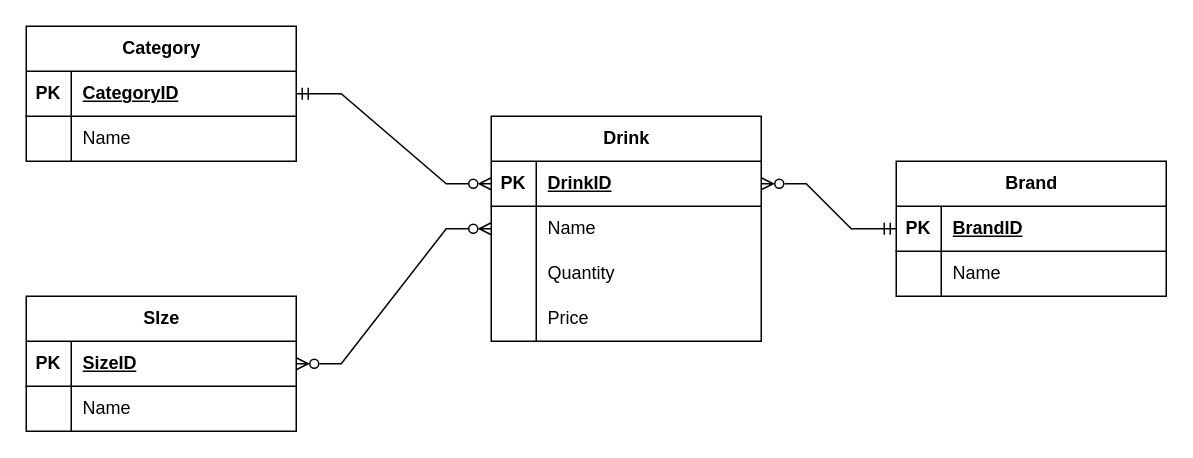
Above: Database/drinkManagement.drawio in haianh-03/DrinkAPIList (draw.io), before the change. Source tidied: cells renumbered, new cells numbered last; positions are measured from the earlier drawing's top-left corner, leaving out a move shared by most shapes. Both pictures are drawn from the tidied source at 150%, with x=0, y=0 at pixel (26, 26).
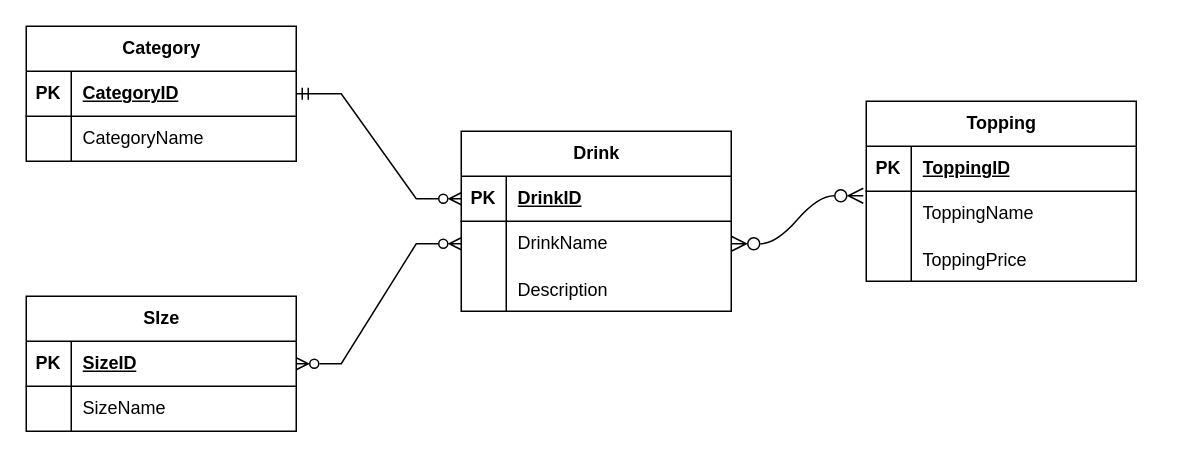
After the change.

The change refers to these unchanged cells:
```xml
<mxCell id="3" style="shape=tableRow;horizontal=0;startSize=0;swimlaneHead=0;swimlaneBody=0;fillColor=none;points=[[0,0.5],[1,0.5]];portConstraint=eastwest;top=0;left=0;right=0;bottom=1;" parent="2" vertex="1">
  <mxGeometry y="30" width="180" height="30" as="geometry" />
</mxCell>
<mxCell id="6" style="shape=tableRow;horizontal=0;startSize=0;swimlaneHead=0;swimlaneBody=0;fillColor=none;points=[[0,0.5],[1,0.5]];portConstraint=eastwest;top=0;left=0;right=0;bottom=0;" parent="2" vertex="1">
  <mxGeometry y="60" width="180" height="30" as="geometry" />
</mxCell>
<mxCell id="19" style="shape=tableRow;horizontal=0;startSize=0;swimlaneHead=0;swimlaneBody=0;fillColor=none;top=0;left=0;right=0;bottom=0;" parent="15" vertex="1">
  <mxGeometry y="60" width="180" height="30" as="geometry" />
</mxCell>
<mxCell id="26" style="shape=tableRow;horizontal=0;startSize=0;swimlaneHead=0;swimlaneBody=0;fillColor=none;top=0;left=0;right=0;bottom=0;" parent="22" vertex="1">
  <mxGeometry y="60" width="180" height="30" as="geometry" />
</mxCell>
```

What changed in the source:
```diff
@@
     <mxCell id="2" value="Drink" style="shape=table;startSize=30;childLayout=tableLayout;rowLines=0;fontStyle=1;align=center;html=1;" parent="1" vertex="1">
-      <mxGeometry x="310" y="60" width="180" height="150" as="geometry" />
+      <mxGeometry x="290" y="70" width="180" height="120" as="geometry" />
     </mxCell>
@@
-    <mxCell id="8" value="Name" style="shape=partialRectangle;fillColor=none;top=0;left=0;bottom=0;right=0;align=left;spacingLeft=6;overflow=hidden;whiteSpace=wrap;html=1;" parent="6" vertex="1">
+    <mxCell id="8" value="DrinkName" style="shape=partialRectangle;fillColor=none;top=0;left=0;bottom=0;right=0;align=left;spacingLeft=6;overflow=hidden;whiteSpace=wrap;html=1;" parent="6" vertex="1">
       <mxGeometry x="30" width="150" height="30" as="geometry" />
     </mxCell>
-    <mxCell id="9" style="shape=tableRow;horizontal=0;startSize=0;swimlaneHead=0;swimlaneBody=0;fillColor=none;top=0;left=0;right=0;bottom=0;" parent="2" vertex="1">
-      <mxGeometry y="90" width="180" height="30" as="geometry" />
-    </mxCell>
-    <mxCell id="10" style="shape=partialRectangle;fillColor=none;top=0;left=0;bottom=0;right=0;overflow=hidden;whiteSpace=wrap;html=1;" parent="9" vertex="1">
-      <mxGeometry width="30" height="30" as="geometry" />
-    </mxCell>
-    <mxCell id="11" value="Quantity" style="shape=partialRectangle;fillColor=none;top=0;left=0;bottom=0;right=0;align=left;spacingLeft=6;overflow=hidden;whiteSpace=wrap;html=1;" parent="9" vertex="1">
-      <mxGeometry x="30" width="150" height="30" as="geometry" />
-    </mxCell>
-    <mxCell id="12" style="shape=tableRow;horizontal=0;startSize=0;swimlaneHead=0;swimlaneBody=0;fillColor=none;top=0;left=0;right=0;bottom=0;" parent="2" vertex="1">
-      <mxGeometry y="120" width="180" height="30" as="geometry" />
-    </mxCell>
-    <mxCell id="13" style="shape=partialRectangle;fillColor=none;top=0;left=0;bottom=0;right=0;overflow=hidden;whiteSpace=wrap;html=1;" parent="12" vertex="1">
-      <mxGeometry width="30" height="30" as="geometry" />
-    </mxCell>
-    <mxCell id="14" value="Price" style="shape=partialRectangle;fillColor=none;top=0;left=0;bottom=0;right=0;align=left;spacingLeft=6;overflow=hidden;whiteSpace=wrap;html=1;" parent="12" vertex="1">
-      <mxGeometry x="30" width="150" height="30" as="geometry" />
-    </mxCell>
+    <mxCell id="39" style="shape=tableRow;horizontal=0;startSize=0;swimlaneHead=0;swimlaneBody=0;fillColor=none;top=0;left=0;right=0;bottom=0;" parent="2" vertex="1">
+      <mxGeometry y="90" width="180" height="30" as="geometry" />
+    </mxCell>
+    <mxCell id="40" style="shape=partialRectangle;fillColor=none;top=0;left=0;bottom=0;right=0;overflow=hidden;" parent="39" vertex="1">
+      <mxGeometry width="30" height="30" as="geometry" />
+    </mxCell>
+    <mxCell id="41" value="Description" style="shape=partialRectangle;fillColor=none;top=0;left=0;bottom=0;right=0;align=left;spacingLeft=6;overflow=hidden;" parent="39" vertex="1">
+      <mxGeometry x="30" width="150" height="30" as="geometry" />
+    </mxCell>
@@
-    <mxCell id="21" value="Name" style="shape=partialRectangle;fillColor=none;top=0;left=0;bottom=0;right=0;align=left;spacingLeft=6;overflow=hidden;whiteSpace=wrap;html=1;" parent="19" vertex="1">
+    <mxCell id="21" value="CategoryName" style="shape=partialRectangle;fillColor=none;top=0;left=0;bottom=0;right=0;align=left;spacingLeft=6;overflow=hidden;whiteSpace=wrap;html=1;" parent="19" vertex="1">
       <mxGeometry x="30" width="150" height="30" as="geometry" />
     </mxCell>
@@
-    <mxCell id="28" value="Name" style="shape=partialRectangle;fillColor=none;top=0;left=0;bottom=0;right=0;align=left;spacingLeft=6;overflow=hidden;whiteSpace=wrap;html=1;" parent="26" vertex="1">
+    <mxCell id="28" value="SizeName" style="shape=partialRectangle;fillColor=none;top=0;left=0;bottom=0;right=0;align=left;spacingLeft=6;overflow=hidden;whiteSpace=wrap;html=1;" parent="26" vertex="1">
       <mxGeometry x="30" width="150" height="30" as="geometry" />
     </mxCell>
@@
-    <mxCell id="31" value="Brand" style="shape=table;startSize=30;childLayout=tableLayout;rowLines=0;fontStyle=1;align=center;html=1;" parent="1" vertex="1">
-      <mxGeometry x="580" y="90" width="180" height="90" as="geometry" />
-    </mxCell>
+    <mxCell id="42" value="Topping" style="shape=table;startSize=30;childLayout=tableLayout;rowLines=0;fontStyle=1;align=center;html=1;" parent="1" vertex="1">
+      <mxGeometry x="560" y="50" width="180" height="120" as="geometry" />
+    </mxCell>
-    <mxCell id="32" style="shape=tableRow;horizontal=0;startSize=0;swimlaneHead=0;swimlaneBody=0;fillColor=none;points=[[0,0.5],[1,0.5]];portConstraint=eastwest;top=0;left=0;right=0;bottom=1;" parent="31" vertex="1">
+    <mxCell id="32" style="shape=tableRow;horizontal=0;startSize=0;swimlaneHead=0;swimlaneBody=0;fillColor=none;points=[[0,0.5],[1,0.5]];portConstraint=eastwest;top=0;left=0;right=0;bottom=1;" parent="42" vertex="1">
       <mxGeometry y="30" width="180" height="30" as="geometry" />
     </mxCell>
@@
-    <mxCell id="34" value="BrandID" style="shape=partialRectangle;fillColor=none;top=0;left=0;bottom=0;right=0;align=left;spacingLeft=6;fontStyle=5;overflow=hidden;whiteSpace=wrap;html=1;" parent="32" vertex="1">
-      <mxGeometry x="30" width="150" height="30" as="geometry" />
-    </mxCell>
+    <mxCell id="43" value="ToppingID" style="shape=partialRectangle;fillColor=none;top=0;left=0;bottom=0;right=0;align=left;spacingLeft=6;fontStyle=5;overflow=hidden;whiteSpace=wrap;html=1;" parent="32" vertex="1">
+      <mxGeometry x="30" width="150" height="30" as="geometry" />
+    </mxCell>
-    <mxCell id="35" style="shape=tableRow;horizontal=0;startSize=0;swimlaneHead=0;swimlaneBody=0;fillColor=none;points=[[0,0.5],[1,0.5]];portConstraint=eastwest;top=0;left=0;right=0;bottom=0;" parent="31" vertex="1">
+    <mxCell id="35" style="shape=tableRow;horizontal=0;startSize=0;swimlaneHead=0;swimlaneBody=0;fillColor=none;points=[[0,0.5],[1,0.5]];portConstraint=eastwest;top=0;left=0;right=0;bottom=0;" parent="42" vertex="1">
       <mxGeometry y="60" width="180" height="30" as="geometry" />
     </mxCell>
-    <mxCell id="36" style="shape=partialRectangle;fillColor=none;top=0;left=0;bottom=0;right=0;overflow=hidden;whiteSpace=wrap;html=1;" parent="35" vertex="1">
-      <mxGeometry width="30" height="30" as="geometry" />
-    </mxCell>
-    <mxCell id="37" value="Name" style="shape=partialRectangle;fillColor=none;top=0;left=0;bottom=0;right=0;align=left;spacingLeft=6;overflow=hidden;whiteSpace=wrap;html=1;" parent="35" vertex="1">
-      <mxGeometry x="30" width="150" height="30" as="geometry" />
-    </mxCell>
-    <mxCell id="38" style="edgeStyle=entityRelationEdgeStyle;fontSize=12;html=1;endArrow=ERmandOne;startArrow=ERzeroToMany;rounded=0;exitX=1;exitY=0.5;exitDx=0;exitDy=0;startFill=0;endFill=0;" parent="1" edge="1" source="3" target="32">
-      <mxGeometry relative="1" as="geometry" />
-    </mxCell>
+    <mxCell id="44" style="shape=partialRectangle;fillColor=none;top=0;left=0;bottom=0;right=0;overflow=hidden;whiteSpace=wrap;html=1;" parent="35" vertex="1">
+      <mxGeometry width="30" height="30" as="geometry" />
+    </mxCell>
+    <mxCell id="45" value="ToppingName" style="shape=partialRectangle;fillColor=none;top=0;left=0;bottom=0;right=0;align=left;spacingLeft=6;overflow=hidden;whiteSpace=wrap;html=1;" parent="35" vertex="1">
+      <mxGeometry x="30" width="150" height="30" as="geometry" />
+    </mxCell>
+    <mxCell id="46" style="shape=tableRow;horizontal=0;startSize=0;swimlaneHead=0;swimlaneBody=0;fillColor=none;top=0;left=0;right=0;bottom=0;" parent="42" vertex="1">
+      <mxGeometry y="90" width="180" height="30" as="geometry" />
+    </mxCell>
+    <mxCell id="47" style="shape=partialRectangle;fillColor=none;top=0;left=0;bottom=0;right=0;overflow=hidden;" parent="46" vertex="1">
+      <mxGeometry width="30" height="30" as="geometry" />
+    </mxCell>
+    <mxCell id="48" value="ToppingPrice" style="shape=partialRectangle;fillColor=none;top=0;left=0;bottom=0;right=0;align=left;spacingLeft=6;overflow=hidden;" parent="46" vertex="1">
+      <mxGeometry x="30" width="150" height="30" as="geometry" />
+    </mxCell>
+    <mxCell id="49" style="edgeStyle=entityRelationEdgeStyle;fontSize=12;html=1;endArrow=ERzeroToMany;startArrow=ERzeroToMany;rounded=0;startSize=8;endSize=8;curved=1;entryX=-0.011;entryY=0.1;entryDx=0;entryDy=0;entryPerimeter=0;exitX=1;exitY=0.5;exitDx=0;exitDy=0;startFill=0;endFill=0;" parent="1" edge="1" source="6" target="35">
+      <mxGeometry relative="1" as="geometry" />
+    </mxCell>
```
